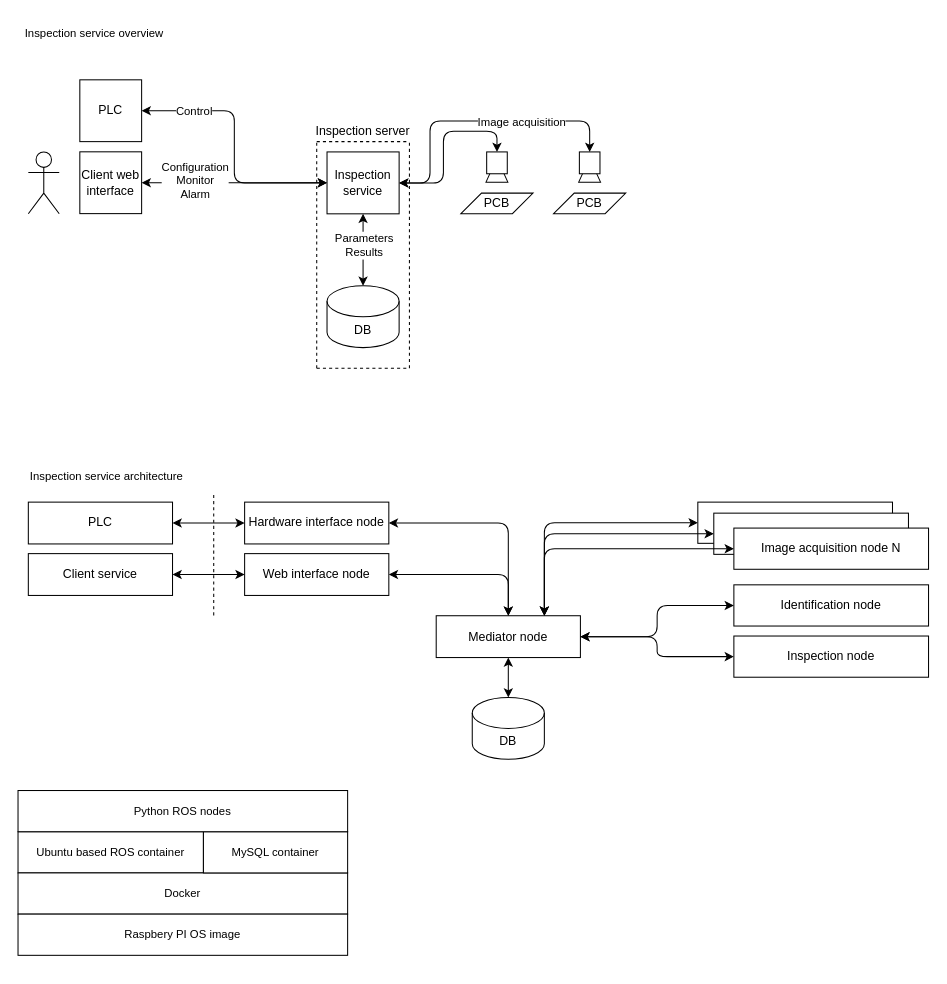
ChrnyaevEK/open-aoi keeps this draw.io diagram as page "System architecture overview" (1 of 2) of design.drawio. Above is the earlier version. Source tidied: cells renumbered, new cells numbered last; positions are measured from the earlier drawing's top-left corner, leaving out a move shared by most shapes. Both pictures are drawn from the tidied source at 103%, with x=0, y=0 at pixel (18, 18).
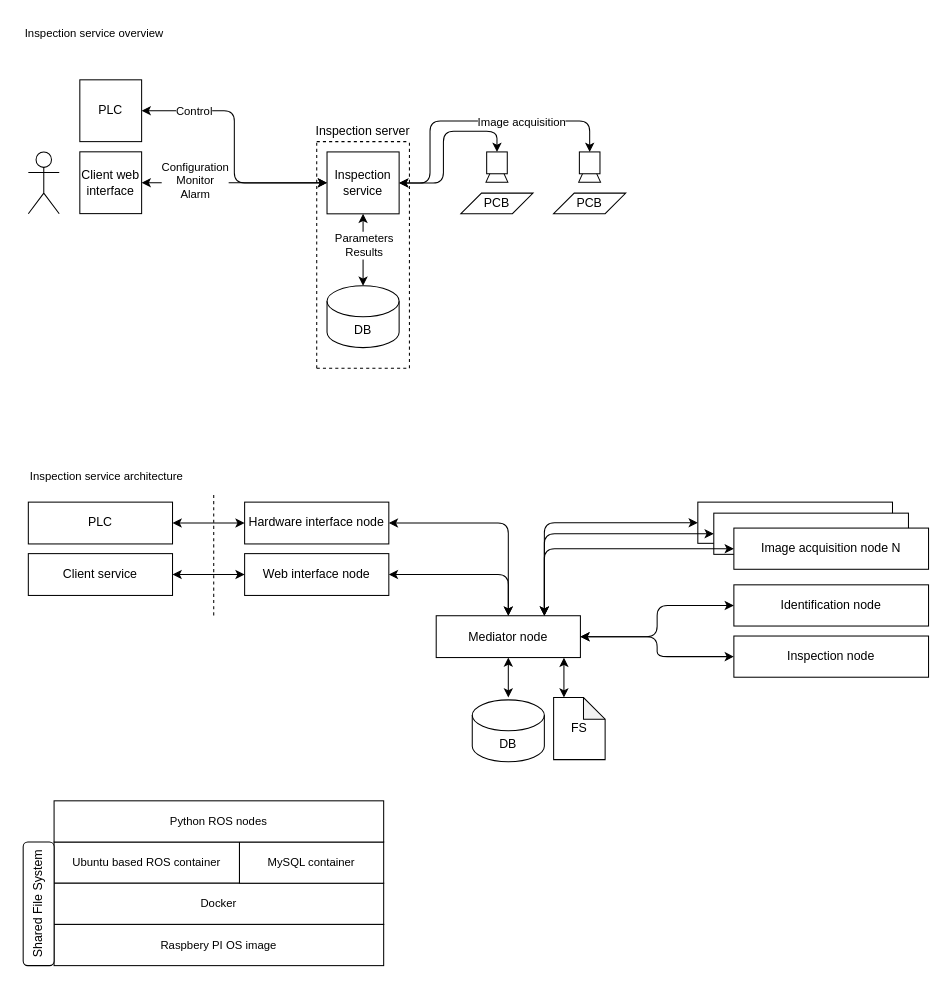
The same diagram, later.

What changed in the source:
```diff
@@
     <mxCell id="37" value="DB" style="shape=cylinder3;whiteSpace=wrap;html=1;boundedLbl=1;backgroundOutline=1;size=15;" parent="1" vertex="1">
-      <mxGeometry x="441" y="659.7" width="70" height="60" as="geometry" />
+      <mxGeometry x="441" y="662" width="70" height="60" as="geometry" />
     </mxCell>
@@
     <mxCell id="55" value="Ubuntu based ROS container" style="rounded=0;whiteSpace=wrap;html=1;fontSize=11;fillColor=default;" parent="1" vertex="1">
-      <mxGeometry y="790" width="180" height="40" as="geometry" />
+      <mxGeometry x="35" y="800" width="180" height="40" as="geometry" />
     </mxCell>
     <mxCell id="56" value="Docker" style="rounded=0;whiteSpace=wrap;html=1;fontSize=11;fillColor=default;" parent="1" vertex="1">
-      <mxGeometry y="830" width="320" height="40" as="geometry" />
+      <mxGeometry x="35" y="840" width="320" height="40" as="geometry" />
     </mxCell>
     <mxCell id="57" value="Raspbery PI OS image" style="rounded=0;whiteSpace=wrap;html=1;fontSize=11;fillColor=default;" parent="1" vertex="1">
-      <mxGeometry y="870" width="320" height="40" as="geometry" />
+      <mxGeometry x="35" y="880" width="320" height="40" as="geometry" />
     </mxCell>
     <mxCell id="58" value="MySQL container" style="rounded=0;whiteSpace=wrap;html=1;fontSize=11;fillColor=default;" parent="1" vertex="1">
-      <mxGeometry x="180" y="790" width="140" height="40" as="geometry" />
+      <mxGeometry x="215" y="800" width="140" height="40" as="geometry" />
     </mxCell>
     <mxCell id="59" value="Python ROS nodes" style="rounded=0;whiteSpace=wrap;html=1;fontSize=11;fillColor=default;" parent="1" vertex="1">
-      <mxGeometry y="750" width="320" height="40" as="geometry" />
+      <mxGeometry x="35" y="760" width="320" height="40" as="geometry" />
     </mxCell>
+    <mxCell id="60" value="FS" style="shape=note;whiteSpace=wrap;html=1;backgroundOutline=1;darkOpacity=0.05;size=21;" parent="1" vertex="1">
+      <mxGeometry x="520" y="659.7" width="50" height="60.3" as="geometry" />
+    </mxCell>
+    <mxCell id="61" style="edgeStyle=orthogonalEdgeStyle;jumpStyle=none;html=1;fontSize=11;startArrow=classic;startFill=1;fillColor=default;" parent="1" edge="1">
+      <mxGeometry relative="1" as="geometry">
+        <mxPoint x="530" y="621" as="sourcePoint" />
+        <mxPoint x="530" y="659.7" as="targetPoint" />
+      </mxGeometry>
+    </mxCell>
+    <mxCell id="62" value="Shared File System" style="rounded=1;whiteSpace=wrap;html=1;horizontal=0;" parent="1" vertex="1">
+      <mxGeometry x="5" y="800" width="30" height="120" as="geometry" />
+    </mxCell>
```
